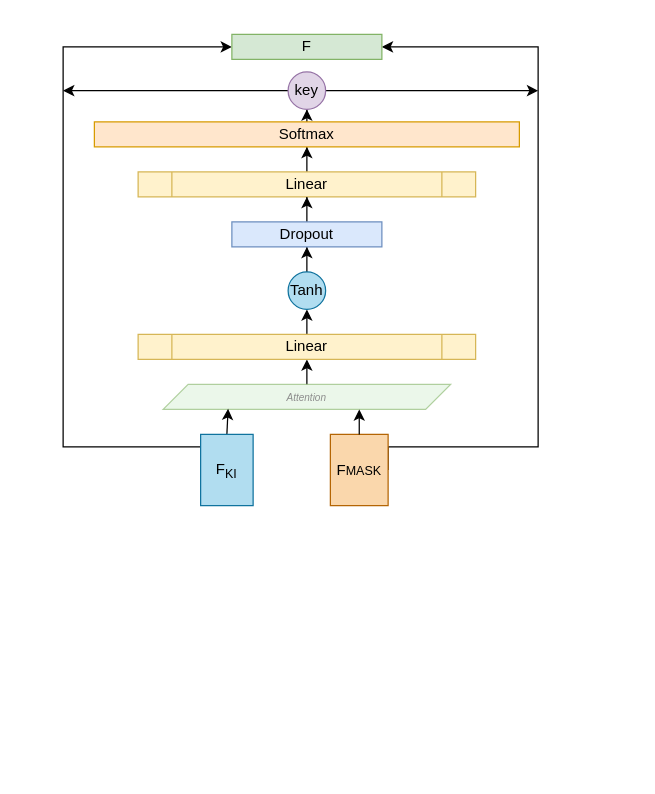
This is page "模糊-判别" (5 of 14) of 2.drawio from JiaXinLI98/myProject, a draw.io file, before an edit. Source tidied: cells renumbered, new cells numbered last; positions are measured from the earlier drawing's top-left corner, leaving out a move shared by most shapes. Both pictures are drawn from the tidied source at 125%, with x=0, y=0 at pixel (62, 34).
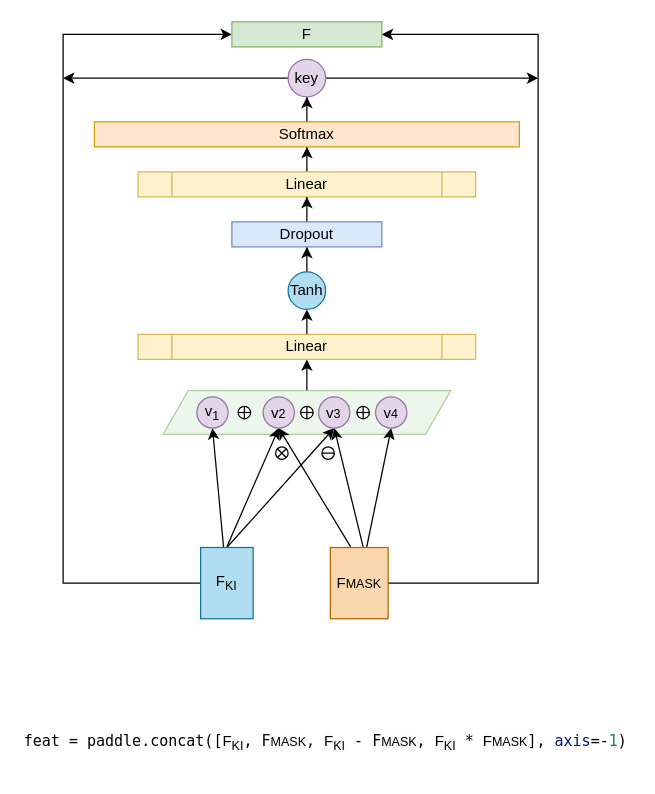
The same page after the edit.

What changed in the source:
```diff
@@
-    <mxCell id="3" value="&lt;font color=&quot;#8c8c8c&quot; style=&quot;font-size: 8px;&quot;&gt;&lt;i style=&quot;&quot;&gt;Attention&lt;/i&gt;&lt;/font&gt;" style="shape=parallelogram;perimeter=parallelogramPerimeter;whiteSpace=wrap;html=1;fixedSize=1;fillColor=#DEF2DD;strokeColor=#82b366;opacity=60;" parent="1" vertex="1">
-      <mxGeometry x="80" y="280" width="230" height="20" as="geometry" />
+    <mxCell id="3" style="shape=parallelogram;perimeter=parallelogramPerimeter;whiteSpace=wrap;html=1;fixedSize=1;fillColor=#DEF2DD;strokeColor=#82b366;opacity=60;" parent="1" vertex="1">
+      <mxGeometry x="80" y="285" width="230" height="35" as="geometry" />
     </mxCell>
-    <mxCell id="4" style="rounded=0;jettySize=auto;html=1;exitX=0.5;exitY=0;exitDx=0;exitDy=0;entryX=0.226;entryY=0.975;entryDx=0;entryDy=0;entryPerimeter=0;" parent="1" edge="1" source="6" target="3">
-      <mxGeometry relative="1" as="geometry" />
-    </mxCell>
     <mxCell id="5" style="edgeStyle=orthogonalEdgeStyle;rounded=0;jettySize=auto;html=1;entryX=0;entryY=0.5;entryDx=0;entryDy=0;exitX=0;exitY=0.5;exitDx=0;exitDy=0;" parent="1" edge="1" source="6" target="17">
       <mxGeometry relative="1" as="geometry">
         <Array as="points">
-          <mxPoint x="110" y="330" />
-          <mxPoint y="330" />
-          <mxPoint y="10" />
+          <mxPoint y="439" />
+          <mxPoint />
         </Array>
       </mxGeometry>
     </mxCell>
+    <mxCell id="24" style="rounded=0;jettySize=auto;html=1;entryX=0.5;entryY=1;entryDx=0;entryDy=0;" parent="1" edge="1" source="6" target="31">
+      <mxGeometry relative="1" as="geometry" />
+    </mxCell>
+    <mxCell id="25" style="rounded=0;jettySize=auto;html=1;entryX=0.5;entryY=1;entryDx=0;entryDy=0;" parent="1" edge="1" target="32">
+      <mxGeometry relative="1" as="geometry">
+        <mxPoint x="131" y="410" as="sourcePoint" />
+      </mxGeometry>
+    </mxCell>
+    <mxCell id="26" style="rounded=0;jettySize=auto;html=1;entryX=0.5;entryY=1;entryDx=0;entryDy=0;exitX=0.5;exitY=0;exitDx=0;exitDy=0;" parent="1" edge="1" source="6" target="33">
+      <mxGeometry relative="1" as="geometry" />
+    </mxCell>
     <mxCell id="6" value="F&lt;sub&gt;KI&lt;/sub&gt;" style="rounded=0;whiteSpace=wrap;html=1;fillColor=#b1ddf0;strokeColor=#10739e;" parent="1" vertex="1">
-      <mxGeometry x="110" y="320" width="42" height="57" as="geometry" />
+      <mxGeometry x="110" y="410.5" width="42" height="57" as="geometry" />
     </mxCell>
     <mxCell id="7" style="edgeStyle=orthogonalEdgeStyle;rounded=0;jettySize=auto;html=1;entryX=1;entryY=0.5;entryDx=0;entryDy=0;exitX=1;exitY=0.5;exitDx=0;exitDy=0;" parent="1" edge="1" source="8" target="17">
       <mxGeometry relative="1" as="geometry">
         <Array as="points">
-          <mxPoint x="260" y="330" />
-          <mxPoint x="380" y="330" />
-          <mxPoint x="380" y="10" />
+          <mxPoint x="380" y="439" />
+          <mxPoint x="380" />
         </Array>
       </mxGeometry>
     </mxCell>
+    <mxCell id="27" style="rounded=0;jettySize=auto;html=1;entryX=0.5;entryY=1;entryDx=0;entryDy=0;" parent="1" edge="1" target="32">
+      <mxGeometry relative="1" as="geometry">
+        <mxPoint x="230" y="410" as="sourcePoint" />
+      </mxGeometry>
+    </mxCell>
+    <mxCell id="28" style="rounded=0;jettySize=auto;html=1;entryX=0.5;entryY=1;entryDx=0;entryDy=0;" parent="1" edge="1" target="33">
+      <mxGeometry relative="1" as="geometry">
+        <mxPoint x="240" y="410" as="sourcePoint" />
+      </mxGeometry>
+    </mxCell>
+    <mxCell id="29" style="rounded=0;jettySize=auto;html=1;entryX=0.5;entryY=1;entryDx=0;entryDy=0;" parent="1" edge="1" source="8" target="34">
+      <mxGeometry relative="1" as="geometry" />
+    </mxCell>
     <mxCell id="8" value="F&lt;span style=&quot;font-size: 10px;&quot;&gt;MASK&lt;/span&gt;" style="rounded=0;whiteSpace=wrap;html=1;fillColor=#fad7ac;strokeColor=#b46504;" parent="1" vertex="1">
-      <mxGeometry x="213.8" y="320" width="46.2" height="57" as="geometry" />
+      <mxGeometry x="213.8" y="410.5" width="46.2" height="57" as="geometry" />
     </mxCell>
-    <mxCell id="9" style="edgeStyle=orthogonalEdgeStyle;rounded=0;jettySize=auto;html=1;entryX=0.683;entryY=1.025;entryDx=0;entryDy=0;entryPerimeter=0;" parent="1" edge="1" source="8" target="3">
-      <mxGeometry relative="1" as="geometry" />
-    </mxCell>
@@
     <mxCell id="14" style="edgeStyle=orthogonalEdgeStyle;rounded=0;jettySize=auto;html=1;" parent="1" edge="1" source="16">
       <mxGeometry relative="1" as="geometry">
-        <mxPoint y="45" as="targetPoint" />
+        <mxPoint y="35" as="targetPoint" />
       </mxGeometry>
     </mxCell>
     <mxCell id="15" style="edgeStyle=orthogonalEdgeStyle;rounded=0;jettySize=auto;html=1;" parent="1" edge="1" source="16">
       <mxGeometry relative="1" as="geometry">
-        <mxPoint x="380" y="45" as="targetPoint" />
+        <mxPoint x="380" y="35" as="targetPoint" />
       </mxGeometry>
     </mxCell>
     <mxCell id="16" value="key" style="ellipse;whiteSpace=wrap;html=1;fillColor=#e1d5e7;strokeColor=#9673a6;" parent="1" vertex="1">
-      <mxGeometry x="180" y="30" width="30" height="30" as="geometry" />
+      <mxGeometry x="180" y="20" width="30" height="30" as="geometry" />
     </mxCell>
     <mxCell id="17" value="F" style="rounded=0;whiteSpace=wrap;html=1;fillColor=#d5e8d4;strokeColor=#82b366;" parent="1" vertex="1">
-      <mxGeometry x="135" width="120" height="20" as="geometry" />
+      <mxGeometry x="135" y="-10" width="120" height="20" as="geometry" />
     </mxCell>
@@
+    <mxCell id="30" style="shape=sumEllipse;perimeter=ellipsePerimeter;whiteSpace=wrap;html=1;backgroundOutline=1;" parent="1" vertex="1">
+      <mxGeometry x="170" y="330" width="10" height="10" as="geometry" />
+    </mxCell>
+    <mxCell id="31" value="v&lt;sub&gt;1&lt;/sub&gt;" style="ellipse;whiteSpace=wrap;html=1;fillColor=#e1d5e7;strokeColor=#9673a6;" parent="1" vertex="1">
+      <mxGeometry x="107" y="290" width="25" height="25" as="geometry" />
+    </mxCell>
+    <mxCell id="32" value="v&lt;span style=&quot;font-size: 10px;&quot;&gt;2&lt;/span&gt;" style="ellipse;whiteSpace=wrap;html=1;fillColor=#e1d5e7;strokeColor=#9673a6;" parent="1" vertex="1">
+      <mxGeometry x="160" y="290" width="25" height="25" as="geometry" />
+    </mxCell>
+    <mxCell id="33" value="v&lt;span style=&quot;font-size: 10px;&quot;&gt;3&lt;/span&gt;" style="ellipse;whiteSpace=wrap;html=1;fillColor=#e1d5e7;strokeColor=#9673a6;" parent="1" vertex="1">
+      <mxGeometry x="204.4" y="290" width="25" height="25" as="geometry" />
+    </mxCell>
+    <mxCell id="34" value="v&lt;span style=&quot;font-size: 10px;&quot;&gt;4&lt;/span&gt;" style="ellipse;whiteSpace=wrap;html=1;fillColor=#e1d5e7;strokeColor=#9673a6;" parent="1" vertex="1">
+      <mxGeometry x="250" y="290" width="25" height="25" as="geometry" />
+    </mxCell>
+    <mxCell id="35" style="shape=orEllipse;perimeter=ellipsePerimeter;whiteSpace=wrap;html=1;backgroundOutline=1;" parent="1" vertex="1">
+      <mxGeometry x="235" y="297.5" width="10" height="10" as="geometry" />
+    </mxCell>
+    <mxCell id="36" style="shape=orEllipse;perimeter=ellipsePerimeter;whiteSpace=wrap;html=1;backgroundOutline=1;" parent="1" vertex="1">
+      <mxGeometry x="190" y="297.5" width="10" height="10" as="geometry" />
+    </mxCell>
+    <mxCell id="37" style="shape=orEllipse;perimeter=ellipsePerimeter;whiteSpace=wrap;html=1;backgroundOutline=1;" parent="1" vertex="1">
+      <mxGeometry x="140" y="297.5" width="10" height="10" as="geometry" />
+    </mxCell>
+    <mxCell id="38" style="shape=lineEllipse;perimeter=ellipsePerimeter;whiteSpace=wrap;html=1;backgroundOutline=1;" parent="1" vertex="1">
+      <mxGeometry x="207" y="330" width="10" height="10" as="geometry" />
+    </mxCell>
+    <mxCell id="39" value="&lt;div style=&quot;color: rgb(0, 0, 0); background-color: rgb(255, 255, 255); font-family: Menlo, Monaco, &amp;quot;Courier New&amp;quot;, monospace; font-weight: normal; font-size: 12px; line-height: 18px;&quot;&gt;&lt;div&gt;feat = paddle.concat([&lt;span style=&quot;font-family: Helvetica; text-align: center; background-color: rgb(251, 251, 251);&quot;&gt;F&lt;/span&gt;&lt;sub style=&quot;border-color: var(--border-color); font-family: Helvetica; text-align: center; background-color: rgb(251, 251, 251);&quot;&gt;KI&lt;/sub&gt;,&amp;nbsp;F&lt;span style=&quot;border-color: var(--border-color); font-family: Helvetica; text-align: center; background-color: rgb(251, 251, 251); font-size: 10px;&quot;&gt;MASK&lt;/span&gt;,&amp;nbsp;&lt;span style=&quot;font-family: Helvetica; text-align: center; background-color: rgb(251, 251, 251);&quot;&gt;F&lt;/span&gt;&lt;sub style=&quot;border-color: var(--border-color); font-family: Helvetica; text-align: center; background-color: rgb(251, 251, 251);&quot;&gt;KI&lt;/sub&gt;&amp;nbsp;-&amp;nbsp;F&lt;span style=&quot;border-color: var(--border-color); font-family: Helvetica; text-align: center; background-color: rgb(251, 251, 251); font-size: 10px;&quot;&gt;MASK&lt;/span&gt;,&amp;nbsp;&lt;span style=&quot;font-family: Helvetica; text-align: center; background-color: rgb(251, 251, 251);&quot;&gt;F&lt;/span&gt;&lt;sub style=&quot;border-color: var(--border-color); font-family: Helvetica; text-align: center; background-color: rgb(251, 251, 251);&quot;&gt;KI&lt;/sub&gt;&amp;nbsp;*&amp;nbsp;&lt;span style=&quot;font-family: Helvetica; text-align: center; background-color: rgb(251, 251, 251);&quot;&gt;F&lt;/span&gt;&lt;span style=&quot;border-color: var(--border-color); font-family: Helvetica; text-align: center; background-color: rgb(251, 251, 251); font-size: 10px;&quot;&gt;MASK&lt;/span&gt;], &lt;span style=&quot;color: rgb(0, 16, 128);&quot;&gt;axis&lt;/span&gt;=-&lt;span style=&quot;color: rgb(9, 134, 88);&quot;&gt;1&lt;/span&gt;)&lt;/div&gt;&lt;/div&gt;" style="text;whiteSpace=wrap;html=1;" parent="1" vertex="1">
+      <mxGeometry x="-33" y="550" width="490" height="40" as="geometry" />
+    </mxCell>
```
